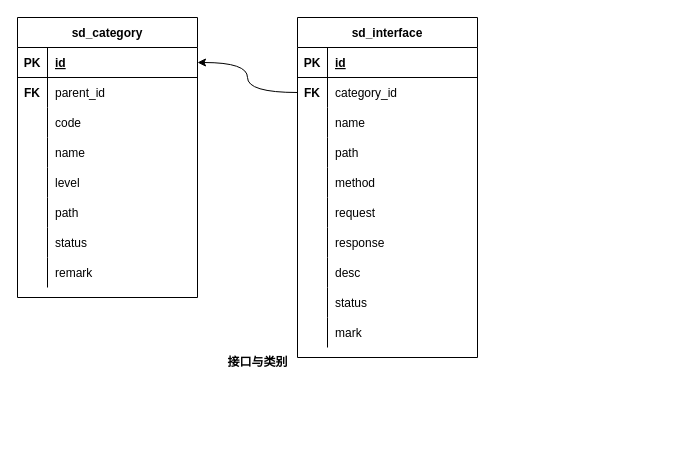
The draw.io diagram page "20220930143925" (2 of 7) of src/work/wyjz/service_directory/db_design_20220930.drawio in ab-doc/draw.io, before the edit. Source tidied: cells renumbered, new cells numbered last; positions are measured from the earlier drawing's top-left corner, leaving out a move shared by most shapes. Both pictures are drawn from the tidied source at 100%, with x=0, y=0 at pixel (17, 17).
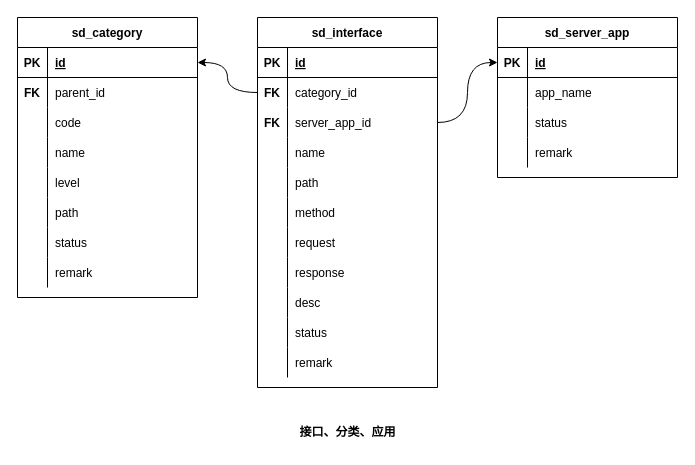
After the change.

Unchanged cells that the change refers to:
```xml
<mxCell id="3" style="shape=tableRow;horizontal=0;startSize=0;swimlaneHead=0;swimlaneBody=0;fillColor=none;points=[[0,0.5],[1,0.5]];portConstraint=eastwest;top=0;left=0;right=0;bottom=1;" parent="2" vertex="1">
  <mxGeometry y="30" width="180" height="30" as="geometry" />
</mxCell>
<mxCell id="57" style="shape=tableRow;horizontal=0;startSize=0;swimlaneHead=0;swimlaneBody=0;fillColor=none;top=0;left=0;right=0;bottom=0;" parent="29" vertex="1">
  <mxGeometry y="300" width="180" height="30" as="geometry" />
</mxCell>
```

Diff of the diagram source:
```diff
@@
-    <mxCell id="27" value="&lt;b&gt;接口与类别&lt;/b&gt;" style="text;html=1;align=center;verticalAlign=middle;strokeColor=none;fillColor=none;" parent="1" vertex="1">
-      <mxGeometry x="200" y="330" width="80" height="30" as="geometry" />
+    <mxCell id="27" value="&lt;b&gt;接口、分类、应用&lt;/b&gt;" style="text;html=1;align=center;verticalAlign=middle;strokeColor=none;fillColor=none;" parent="1" vertex="1">
+      <mxGeometry x="270" y="400" width="120" height="30" as="geometry" />
     </mxCell>
-    <mxCell id="28" style="edgeStyle=orthogonalEdgeStyle;rounded=0;jettySize=auto;html=1;startArrow=none;startFill=0;endArrow=classic;endFill=1;entryX=1;entryY=0.5;entryDx=0;entryDy=0;curved=1;exitX=0;exitY=0.5;exitDx=0;exitDy=0;" parent="1" edge="1" source="33" target="3">
-      <mxGeometry relative="1" as="geometry" />
-    </mxCell>
+    <mxCell id="60" style="edgeStyle=orthogonalEdgeStyle;curved=1;rounded=0;jettySize=auto;html=1;entryX=1;entryY=0.5;entryDx=0;entryDy=0;exitX=0;exitY=0.5;exitDx=0;exitDy=0;" parent="1" edge="1" source="65" target="3">
+      <mxGeometry relative="1" as="geometry" />
+    </mxCell>
+    <mxCell id="61" style="edgeStyle=orthogonalEdgeStyle;curved=1;rounded=0;jettySize=auto;html=1;entryX=0;entryY=0.5;entryDx=0;entryDy=0;exitX=1;exitY=0.5;exitDx=0;exitDy=0;" parent="1" edge="1" source="67" target="83">
+      <mxGeometry relative="1" as="geometry" />
+    </mxCell>
     <mxCell id="29" value="sd_interface" style="shape=table;startSize=30;childLayout=tableLayout;rowLines=0;fontStyle=1;align=center;" parent="1" vertex="1">
-      <mxGeometry x="280" width="180" height="340" as="geometry" />
+      <mxGeometry x="240" width="180" height="370" as="geometry" />
     </mxCell>
-    <mxCell id="30" style="shape=tableRow;horizontal=0;startSize=0;swimlaneHead=0;swimlaneBody=0;fillColor=none;top=0;left=0;right=0;bottom=1;" parent="29" vertex="1">
-      <mxGeometry y="30" width="180" height="30" as="geometry" />
-    </mxCell>
-    <mxCell id="31" value="PK" style="shape=partialRectangle;fillColor=none;top=0;left=0;bottom=0;right=0;fontStyle=1;overflow=hidden;" parent="30" vertex="1">
-      <mxGeometry width="30" height="30" as="geometry" />
-    </mxCell>
-    <mxCell id="32" value="id" style="shape=partialRectangle;fillColor=none;top=0;left=0;bottom=0;right=0;align=left;spacingLeft=6;fontStyle=5;overflow=hidden;" parent="30" vertex="1">
-      <mxGeometry x="30" width="150" height="30" as="geometry" />
-    </mxCell>
-    <mxCell id="33" style="shape=tableRow;horizontal=0;startSize=0;swimlaneHead=0;swimlaneBody=0;fillColor=none;points=[[0,0.5],[1,0.5]];portConstraint=eastwest;top=0;left=0;right=0;bottom=0;" parent="29" vertex="1">
-      <mxGeometry y="60" width="180" height="30" as="geometry" />
-    </mxCell>
-    <mxCell id="34" value="FK" style="shape=partialRectangle;fillColor=none;top=0;left=0;bottom=0;right=0;overflow=hidden;fontStyle=1;" parent="33" vertex="1">
-      <mxGeometry width="30" height="30" as="geometry" />
-    </mxCell>
+    <mxCell id="62" style="shape=tableRow;horizontal=0;startSize=0;swimlaneHead=0;swimlaneBody=0;fillColor=none;top=0;left=0;right=0;bottom=1;" parent="29" vertex="1">
+      <mxGeometry y="30" width="180" height="30" as="geometry" />
+    </mxCell>
+    <mxCell id="63" value="PK" style="shape=partialRectangle;fillColor=none;top=0;left=0;bottom=0;right=0;fontStyle=1;overflow=hidden;" parent="62" vertex="1">
+      <mxGeometry width="30" height="30" as="geometry" />
+    </mxCell>
+    <mxCell id="64" value="id" style="shape=partialRectangle;fillColor=none;top=0;left=0;bottom=0;right=0;align=left;spacingLeft=6;fontStyle=5;overflow=hidden;" parent="62" vertex="1">
+      <mxGeometry x="30" width="150" height="30" as="geometry" />
+    </mxCell>
+    <mxCell id="65" style="shape=tableRow;horizontal=0;startSize=0;swimlaneHead=0;swimlaneBody=0;fillColor=none;points=[[0,0.5],[1,0.5]];portConstraint=eastwest;top=0;left=0;right=0;bottom=0;" parent="29" vertex="1">
+      <mxGeometry y="60" width="180" height="30" as="geometry" />
+    </mxCell>
+    <mxCell id="66" value="FK" style="shape=partialRectangle;fillColor=none;top=0;left=0;bottom=0;right=0;overflow=hidden;fontStyle=1;" parent="65" vertex="1">
+      <mxGeometry width="30" height="30" as="geometry" />
+    </mxCell>
-    <mxCell id="35" value="category_id" style="shape=partialRectangle;fillColor=none;top=0;left=0;bottom=0;right=0;align=left;spacingLeft=6;overflow=hidden;" parent="33" vertex="1">
+    <mxCell id="35" value="category_id" style="shape=partialRectangle;fillColor=none;top=0;left=0;bottom=0;right=0;align=left;spacingLeft=6;overflow=hidden;" parent="65" vertex="1">
       <mxGeometry x="30" width="150" height="30" as="geometry" />
     </mxCell>
-    <mxCell id="36" style="shape=tableRow;horizontal=0;startSize=0;swimlaneHead=0;swimlaneBody=0;fillColor=none;top=0;left=0;right=0;bottom=0;" parent="29" vertex="1">
-      <mxGeometry y="90" width="180" height="30" as="geometry" />
-    </mxCell>
-    <mxCell id="37" style="shape=partialRectangle;fillColor=none;top=0;left=0;bottom=0;right=0;overflow=hidden;" parent="36" vertex="1">
-      <mxGeometry width="30" height="30" as="geometry" />
-    </mxCell>
+    <mxCell id="67" style="shape=tableRow;horizontal=0;startSize=0;swimlaneHead=0;swimlaneBody=0;fillColor=none;points=[[0,0.5],[1,0.5]];portConstraint=eastwest;top=0;left=0;right=0;bottom=0;" parent="29" vertex="1">
+      <mxGeometry y="90" width="180" height="30" as="geometry" />
+    </mxCell>
+    <mxCell id="68" value="FK" style="shape=partialRectangle;fillColor=none;top=0;left=0;bottom=0;right=0;overflow=hidden;fontStyle=1;" parent="67" vertex="1">
+      <mxGeometry width="30" height="30" as="geometry" />
+    </mxCell>
+    <mxCell id="69" value="server_app_id" style="shape=partialRectangle;fillColor=none;top=0;left=0;bottom=0;right=0;align=left;spacingLeft=6;overflow=hidden;" parent="67" vertex="1">
+      <mxGeometry x="30" width="150" height="30" as="geometry" />
+    </mxCell>
+    <mxCell id="70" style="shape=tableRow;horizontal=0;startSize=0;swimlaneHead=0;swimlaneBody=0;fillColor=none;top=0;left=0;right=0;bottom=0;" parent="29" vertex="1">
+      <mxGeometry y="120" width="180" height="30" as="geometry" />
+    </mxCell>
+    <mxCell id="71" style="shape=partialRectangle;fillColor=none;top=0;left=0;bottom=0;right=0;overflow=hidden;" parent="70" vertex="1">
+      <mxGeometry width="30" height="30" as="geometry" />
+    </mxCell>
-    <mxCell id="38" value="name" style="shape=partialRectangle;fillColor=none;top=0;left=0;bottom=0;right=0;align=left;spacingLeft=6;overflow=hidden;" parent="36" vertex="1">
+    <mxCell id="38" value="name" style="shape=partialRectangle;fillColor=none;top=0;left=0;bottom=0;right=0;align=left;spacingLeft=6;overflow=hidden;" parent="70" vertex="1">
       <mxGeometry x="30" width="150" height="30" as="geometry" />
     </mxCell>
-    <mxCell id="39" style="shape=tableRow;horizontal=0;startSize=0;swimlaneHead=0;swimlaneBody=0;fillColor=none;top=0;left=0;right=0;bottom=0;" parent="29" vertex="1">
-      <mxGeometry y="120" width="180" height="30" as="geometry" />
-    </mxCell>
-    <mxCell id="40" style="shape=partialRectangle;fillColor=none;top=0;left=0;bottom=0;right=0;overflow=hidden;" parent="39" vertex="1">
-      <mxGeometry width="30" height="30" as="geometry" />
-    </mxCell>
+    <mxCell id="42" style="shape=tableRow;horizontal=0;startSize=0;swimlaneHead=0;swimlaneBody=0;fillColor=none;top=0;left=0;right=0;bottom=0;" parent="29" vertex="1">
+      <mxGeometry y="150" width="180" height="30" as="geometry" />
+    </mxCell>
+    <mxCell id="72" style="shape=partialRectangle;fillColor=none;top=0;left=0;bottom=0;right=0;overflow=hidden;" parent="42" vertex="1">
+      <mxGeometry width="30" height="30" as="geometry" />
+    </mxCell>
-    <mxCell id="41" value="path" style="shape=partialRectangle;fillColor=none;top=0;left=0;bottom=0;right=0;align=left;spacingLeft=6;overflow=hidden;" parent="39" vertex="1">
+    <mxCell id="41" value="path" style="shape=partialRectangle;fillColor=none;top=0;left=0;bottom=0;right=0;align=left;spacingLeft=6;overflow=hidden;" parent="42" vertex="1">
       <mxGeometry x="30" width="150" height="30" as="geometry" />
     </mxCell>
-    <mxCell id="42" style="shape=tableRow;horizontal=0;startSize=0;swimlaneHead=0;swimlaneBody=0;fillColor=none;top=0;left=0;right=0;bottom=0;" parent="29" vertex="1">
-      <mxGeometry y="150" width="180" height="30" as="geometry" />
-    </mxCell>
-    <mxCell id="43" style="shape=partialRectangle;fillColor=none;top=0;left=0;bottom=0;right=0;overflow=hidden;" parent="42" vertex="1">
-      <mxGeometry width="30" height="30" as="geometry" />
-    </mxCell>
+    <mxCell id="45" style="shape=tableRow;horizontal=0;startSize=0;swimlaneHead=0;swimlaneBody=0;fillColor=none;top=0;left=0;right=0;bottom=0;" parent="29" vertex="1">
+      <mxGeometry y="180" width="180" height="30" as="geometry" />
+    </mxCell>
+    <mxCell id="73" style="shape=partialRectangle;fillColor=none;top=0;left=0;bottom=0;right=0;overflow=hidden;" parent="45" vertex="1">
+      <mxGeometry width="30" height="30" as="geometry" />
+    </mxCell>
-    <mxCell id="44" value="method" style="shape=partialRectangle;fillColor=none;top=0;left=0;bottom=0;right=0;align=left;spacingLeft=6;overflow=hidden;" parent="42" vertex="1">
+    <mxCell id="44" value="method" style="shape=partialRectangle;fillColor=none;top=0;left=0;bottom=0;right=0;align=left;spacingLeft=6;overflow=hidden;" parent="45" vertex="1">
       <mxGeometry x="30" width="150" height="30" as="geometry" />
     </mxCell>
-    <mxCell id="45" style="shape=tableRow;horizontal=0;startSize=0;swimlaneHead=0;swimlaneBody=0;fillColor=none;top=0;left=0;right=0;bottom=0;" parent="29" vertex="1">
-      <mxGeometry y="180" width="180" height="30" as="geometry" />
-    </mxCell>
-    <mxCell id="46" style="shape=partialRectangle;fillColor=none;top=0;left=0;bottom=0;right=0;overflow=hidden;" parent="45" vertex="1">
-      <mxGeometry width="30" height="30" as="geometry" />
-    </mxCell>
+    <mxCell id="48" style="shape=tableRow;horizontal=0;startSize=0;swimlaneHead=0;swimlaneBody=0;fillColor=none;top=0;left=0;right=0;bottom=0;" parent="29" vertex="1">
+      <mxGeometry y="210" width="180" height="30" as="geometry" />
+    </mxCell>
+    <mxCell id="74" style="shape=partialRectangle;fillColor=none;top=0;left=0;bottom=0;right=0;overflow=hidden;" parent="48" vertex="1">
+      <mxGeometry width="30" height="30" as="geometry" />
+    </mxCell>
-    <mxCell id="47" value="request" style="shape=partialRectangle;fillColor=none;top=0;left=0;bottom=0;right=0;align=left;spacingLeft=6;overflow=hidden;" parent="45" vertex="1">
+    <mxCell id="47" value="request" style="shape=partialRectangle;fillColor=none;top=0;left=0;bottom=0;right=0;align=left;spacingLeft=6;overflow=hidden;" parent="48" vertex="1">
       <mxGeometry x="30" width="150" height="30" as="geometry" />
     </mxCell>
-    <mxCell id="48" style="shape=tableRow;horizontal=0;startSize=0;swimlaneHead=0;swimlaneBody=0;fillColor=none;top=0;left=0;right=0;bottom=0;" parent="29" vertex="1">
-      <mxGeometry y="210" width="180" height="30" as="geometry" />
-    </mxCell>
-    <mxCell id="49" style="shape=partialRectangle;fillColor=none;top=0;left=0;bottom=0;right=0;overflow=hidden;" parent="48" vertex="1">
-      <mxGeometry width="30" height="30" as="geometry" />
-    </mxCell>
+    <mxCell id="51" style="shape=tableRow;horizontal=0;startSize=0;swimlaneHead=0;swimlaneBody=0;fillColor=none;top=0;left=0;right=0;bottom=0;" parent="29" vertex="1">
+      <mxGeometry y="240" width="180" height="30" as="geometry" />
+    </mxCell>
+    <mxCell id="75" style="shape=partialRectangle;fillColor=none;top=0;left=0;bottom=0;right=0;overflow=hidden;" parent="51" vertex="1">
+      <mxGeometry width="30" height="30" as="geometry" />
+    </mxCell>
-    <mxCell id="50" value="response" style="shape=partialRectangle;fillColor=none;top=0;left=0;bottom=0;right=0;align=left;spacingLeft=6;overflow=hidden;" parent="48" vertex="1">
+    <mxCell id="50" value="response" style="shape=partialRectangle;fillColor=none;top=0;left=0;bottom=0;right=0;align=left;spacingLeft=6;overflow=hidden;" parent="51" vertex="1">
       <mxGeometry x="30" width="150" height="30" as="geometry" />
     </mxCell>
-    <mxCell id="51" style="shape=tableRow;horizontal=0;startSize=0;swimlaneHead=0;swimlaneBody=0;fillColor=none;top=0;left=0;right=0;bottom=0;" parent="29" vertex="1">
-      <mxGeometry y="240" width="180" height="30" as="geometry" />
-    </mxCell>
-    <mxCell id="52" style="shape=partialRectangle;fillColor=none;top=0;left=0;bottom=0;right=0;overflow=hidden;" parent="51" vertex="1">
-      <mxGeometry width="30" height="30" as="geometry" />
-    </mxCell>
+    <mxCell id="54" style="shape=tableRow;horizontal=0;startSize=0;swimlaneHead=0;swimlaneBody=0;fillColor=none;top=0;left=0;right=0;bottom=0;" parent="29" vertex="1">
+      <mxGeometry y="270" width="180" height="30" as="geometry" />
+    </mxCell>
+    <mxCell id="76" style="shape=partialRectangle;fillColor=none;top=0;left=0;bottom=0;right=0;overflow=hidden;" parent="54" vertex="1">
+      <mxGeometry width="30" height="30" as="geometry" />
+    </mxCell>
-    <mxCell id="53" value="desc" style="shape=partialRectangle;fillColor=none;top=0;left=0;bottom=0;right=0;align=left;spacingLeft=6;overflow=hidden;" parent="51" vertex="1">
+    <mxCell id="53" value="desc" style="shape=partialRectangle;fillColor=none;top=0;left=0;bottom=0;right=0;align=left;spacingLeft=6;overflow=hidden;" parent="54" vertex="1">
       <mxGeometry x="30" width="150" height="30" as="geometry" />
     </mxCell>
-    <mxCell id="54" style="shape=tableRow;horizontal=0;startSize=0;swimlaneHead=0;swimlaneBody=0;fillColor=none;top=0;left=0;right=0;bottom=0;" parent="29" vertex="1">
-      <mxGeometry y="270" width="180" height="30" as="geometry" />
-    </mxCell>
-    <mxCell id="55" style="shape=partialRectangle;fillColor=none;top=0;left=0;bottom=0;right=0;overflow=hidden;" parent="54" vertex="1">
-      <mxGeometry width="30" height="30" as="geometry" />
-    </mxCell>
-    <mxCell id="56" value="status" style="shape=partialRectangle;fillColor=none;top=0;left=0;bottom=0;right=0;align=left;spacingLeft=6;overflow=hidden;" parent="54" vertex="1">
-      <mxGeometry x="30" width="150" height="30" as="geometry" />
-    </mxCell>
@@
-    <mxCell id="58" style="shape=partialRectangle;fillColor=none;top=0;left=0;bottom=0;right=0;overflow=hidden;" parent="57" vertex="1">
-      <mxGeometry width="30" height="30" as="geometry" />
-    </mxCell>
-    <mxCell id="59" value="mark" style="shape=partialRectangle;fillColor=none;top=0;left=0;bottom=0;right=0;align=left;spacingLeft=6;overflow=hidden;" parent="57" vertex="1">
-      <mxGeometry x="30" width="150" height="30" as="geometry" />
-    </mxCell>
+    <mxCell id="77" style="shape=partialRectangle;fillColor=none;top=0;left=0;bottom=0;right=0;overflow=hidden;" parent="57" vertex="1">
+      <mxGeometry width="30" height="30" as="geometry" />
+    </mxCell>
+    <mxCell id="78" value="status" style="shape=partialRectangle;fillColor=none;top=0;left=0;bottom=0;right=0;align=left;spacingLeft=6;overflow=hidden;" parent="57" vertex="1">
+      <mxGeometry x="30" width="150" height="30" as="geometry" />
+    </mxCell>
+    <mxCell id="79" style="shape=tableRow;horizontal=0;startSize=0;swimlaneHead=0;swimlaneBody=0;fillColor=none;top=0;left=0;right=0;bottom=0;" parent="29" vertex="1">
+      <mxGeometry y="330" width="180" height="30" as="geometry" />
+    </mxCell>
+    <mxCell id="80" style="shape=partialRectangle;fillColor=none;top=0;left=0;bottom=0;right=0;overflow=hidden;" parent="79" vertex="1">
+      <mxGeometry width="30" height="30" as="geometry" />
+    </mxCell>
+    <mxCell id="81" value="remark" style="shape=partialRectangle;fillColor=none;top=0;left=0;bottom=0;right=0;align=left;spacingLeft=6;overflow=hidden;" parent="79" vertex="1">
+      <mxGeometry x="30" width="150" height="30" as="geometry" />
+    </mxCell>
+    <mxCell id="82" value="sd_server_app" style="shape=table;startSize=30;childLayout=tableLayout;rowLines=0;fontStyle=1;align=center;" parent="1" vertex="1">
+      <mxGeometry x="480" width="180" height="160" as="geometry" />
+    </mxCell>
+    <mxCell id="83" style="shape=tableRow;horizontal=0;startSize=0;swimlaneHead=0;swimlaneBody=0;fillColor=none;points=[[0,0.5],[1,0.5]];portConstraint=eastwest;top=0;left=0;right=0;bottom=1;" parent="82" vertex="1">
+      <mxGeometry y="30" width="180" height="30" as="geometry" />
+    </mxCell>
+    <mxCell id="84" value="PK" style="shape=partialRectangle;fillColor=none;top=0;left=0;bottom=0;right=0;fontStyle=1;overflow=hidden;" parent="83" vertex="1">
+      <mxGeometry width="30" height="30" as="geometry" />
+    </mxCell>
+    <mxCell id="85" value="id" style="shape=partialRectangle;fillColor=none;top=0;left=0;bottom=0;right=0;align=left;spacingLeft=6;fontStyle=5;overflow=hidden;" parent="83" vertex="1">
+      <mxGeometry x="30" width="150" height="30" as="geometry" />
+    </mxCell>
+    <mxCell id="86" style="shape=tableRow;horizontal=0;startSize=0;swimlaneHead=0;swimlaneBody=0;fillColor=none;top=0;left=0;right=0;bottom=0;" parent="82" vertex="1">
+      <mxGeometry y="60" width="180" height="30" as="geometry" />
+    </mxCell>
+    <mxCell id="87" style="shape=partialRectangle;fillColor=none;top=0;left=0;bottom=0;right=0;overflow=hidden;" parent="86" vertex="1">
+      <mxGeometry width="30" height="30" as="geometry" />
+    </mxCell>
+    <mxCell id="88" value="app_name" style="shape=partialRectangle;fillColor=none;top=0;left=0;bottom=0;right=0;align=left;spacingLeft=6;overflow=hidden;" parent="86" vertex="1">
+      <mxGeometry x="30" width="150" height="30" as="geometry" />
+    </mxCell>
+    <mxCell id="89" style="shape=tableRow;horizontal=0;startSize=0;swimlaneHead=0;swimlaneBody=0;fillColor=none;top=0;left=0;right=0;bottom=0;" parent="82" vertex="1">
+      <mxGeometry y="90" width="180" height="30" as="geometry" />
+    </mxCell>
+    <mxCell id="90" style="shape=partialRectangle;fillColor=none;top=0;left=0;bottom=0;right=0;overflow=hidden;" parent="89" vertex="1">
+      <mxGeometry width="30" height="30" as="geometry" />
+    </mxCell>
+    <mxCell id="91" value="status" style="shape=partialRectangle;fillColor=none;top=0;left=0;bottom=0;right=0;align=left;spacingLeft=6;overflow=hidden;" parent="89" vertex="1">
+      <mxGeometry x="30" width="150" height="30" as="geometry" />
+    </mxCell>
+    <mxCell id="92" style="shape=tableRow;horizontal=0;startSize=0;swimlaneHead=0;swimlaneBody=0;fillColor=none;top=0;left=0;right=0;bottom=0;" parent="82" vertex="1">
+      <mxGeometry y="120" width="180" height="30" as="geometry" />
+    </mxCell>
+    <mxCell id="93" style="shape=partialRectangle;fillColor=none;top=0;left=0;bottom=0;right=0;overflow=hidden;" parent="92" vertex="1">
+      <mxGeometry width="30" height="30" as="geometry" />
+    </mxCell>
+    <mxCell id="94" value="remark" style="shape=partialRectangle;fillColor=none;top=0;left=0;bottom=0;right=0;align=left;spacingLeft=6;overflow=hidden;" parent="92" vertex="1">
+      <mxGeometry x="30" width="150" height="30" as="geometry" />
+    </mxCell>
```
